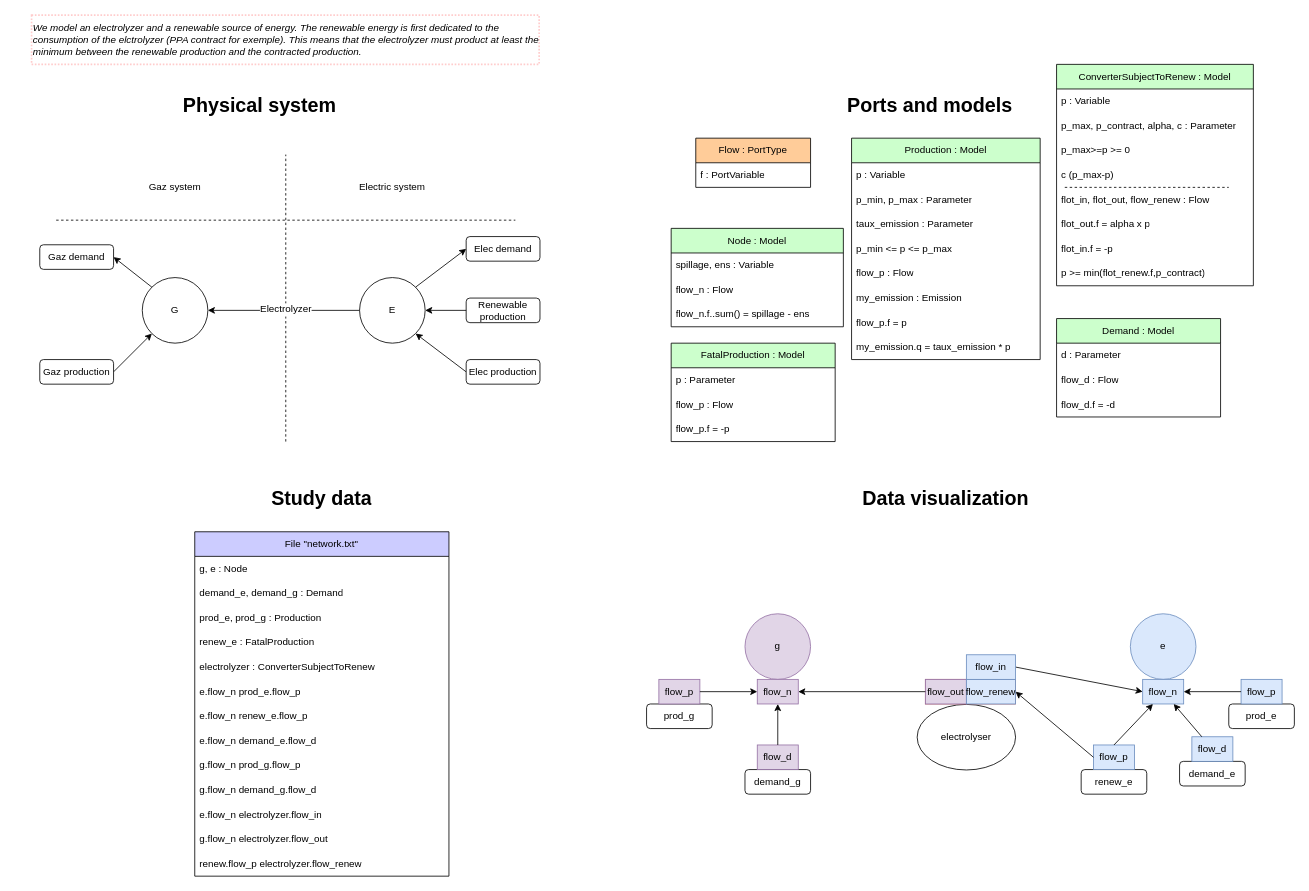
The draw.io diagram page "systems_linked_by_electrolyzer" (3 of 3) of models-design/systems/electrolyzer_subject_to_renawable.drawio in AntaresSimulatorTeam/andromede-modeling-prototype, before the edit. Source tidied: cells renumbered, new cells numbered last; positions are measured from the earlier drawing's top-left corner, leaving out a move shared by most shapes. Both pictures are drawn from the tidied source at 82%, with x=0, y=0 at pixel (14, 15).
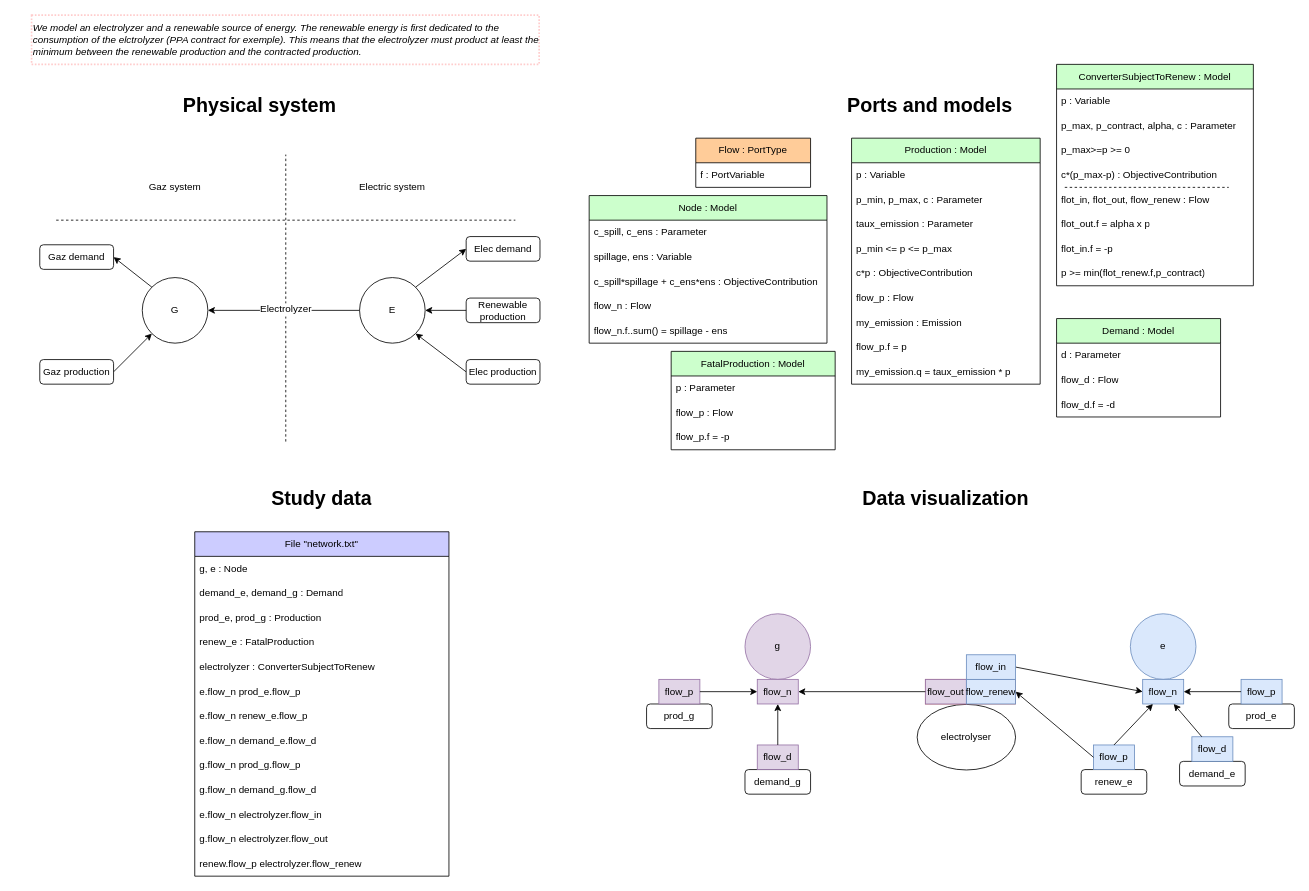
After the change.

The change refers to these unchanged cells:
```xml
<mxCell id="20" style="group;" parent="1" vertex="1">
  <mxGeometry x="781" y="90" width="730" height="460" as="geometry" />
</mxCell>
<mxCell id="28" value="&lt;font color=&quot;#000000&quot;&gt;ConverterSubjectToRenew : Model&lt;/font&gt;" style="swimlane;fontStyle=0;horizontal=1;startSize=30;whiteSpace=wrap;html=1;fillColor=#CCFFCC;" parent="20" vertex="1">
  <mxGeometry x="490" y="-30" width="240" height="270" as="geometry" />
</mxCell>
```

Change to the diagram source:
```diff
@@
-    <mxCell id="24" value="Node : Model" style="swimlane;fontStyle=0;horizontal=1;startSize=30;whiteSpace=wrap;html=1;fillColor=#CCFFCC;fontColor=#000000;" parent="20" vertex="1">
-      <mxGeometry x="20" y="170" width="210" height="120" as="geometry" />
-    </mxCell>
-    <mxCell id="25" value="spillage, ens : Variable" style="text;strokeColor=none;fillColor=none;align=left;verticalAlign=middle;spacingLeft=4;spacingRight=4;overflow=hidden;whiteSpace=wrap;html=1;" parent="24" vertex="1">
-      <mxGeometry y="30" width="210" height="30" as="geometry" />
-    </mxCell>
-    <mxCell id="26" value="flow_n : Flow" style="text;strokeColor=none;fillColor=none;align=left;verticalAlign=middle;spacingLeft=4;spacingRight=4;overflow=hidden;whiteSpace=wrap;html=1;" parent="24" vertex="1">
-      <mxGeometry y="60" width="210" height="30" as="geometry" />
-    </mxCell>
-    <mxCell id="27" value="flow_n.f..sum() = spillage - ens" style="text;strokeColor=none;fillColor=none;align=left;verticalAlign=middle;spacingLeft=4;spacingRight=4;overflow=hidden;whiteSpace=wrap;html=1;" parent="24" vertex="1">
-      <mxGeometry y="90" width="210" height="30" as="geometry" />
-    </mxCell>
@@
-    <mxCell id="32" value="c (p_max-p)" style="text;strokeColor=none;fillColor=none;align=left;verticalAlign=middle;spacingLeft=4;spacingRight=4;overflow=hidden;whiteSpace=wrap;html=1;" parent="28" vertex="1">
+    <mxCell id="32" value="c*(p_max-p) : ObjectiveContribution" style="text;strokeColor=none;fillColor=none;align=left;verticalAlign=middle;spacingLeft=4;spacingRight=4;overflow=hidden;whiteSpace=wrap;html=1;" parent="28" vertex="1">
       <mxGeometry y="120" width="240" height="30" as="geometry" />
     </mxCell>
@@
     <mxCell id="42" value="FatalProduction : Model" style="swimlane;fontStyle=0;horizontal=1;startSize=30;whiteSpace=wrap;html=1;fillColor=#CCFFCC;fontColor=#000000;" parent="20" vertex="1">
-      <mxGeometry x="20" y="310" width="200" height="120" as="geometry" />
+      <mxGeometry x="20" y="320" width="200" height="120" as="geometry" />
     </mxCell>
@@
+    <mxCell id="24" value="Node : Model" style="swimlane;fontStyle=0;horizontal=1;startSize=30;whiteSpace=wrap;html=1;fillColor=#CCFFCC;fontColor=#000000;" parent="20" vertex="1">
+      <mxGeometry x="-80" y="130" width="290" height="180" as="geometry" />
+    </mxCell>
+    <mxCell id="110" value="c_spill, c_ens : Parameter" style="text;strokeColor=none;fillColor=none;align=left;verticalAlign=middle;spacingLeft=4;spacingRight=4;overflow=hidden;whiteSpace=wrap;html=1;" parent="24" vertex="1">
+      <mxGeometry y="30" width="290" height="30" as="geometry" />
+    </mxCell>
+    <mxCell id="25" value="spillage, ens : Variable" style="text;strokeColor=none;fillColor=none;align=left;verticalAlign=middle;spacingLeft=4;spacingRight=4;overflow=hidden;whiteSpace=wrap;html=1;" parent="24" vertex="1">
+      <mxGeometry y="60" width="290" height="30" as="geometry" />
+    </mxCell>
+    <mxCell id="111" value="c_spill*spillage + c_ens*ens : ObjectiveContribution" style="text;strokeColor=none;fillColor=none;align=left;verticalAlign=middle;spacingLeft=4;spacingRight=4;overflow=hidden;whiteSpace=wrap;html=1;" parent="24" vertex="1">
+      <mxGeometry y="90" width="290" height="30" as="geometry" />
+    </mxCell>
+    <mxCell id="26" value="flow_n : Flow" style="text;strokeColor=none;fillColor=none;align=left;verticalAlign=middle;spacingLeft=4;spacingRight=4;overflow=hidden;whiteSpace=wrap;html=1;" parent="24" vertex="1">
+      <mxGeometry y="120" width="290" height="30" as="geometry" />
+    </mxCell>
+    <mxCell id="27" value="flow_n.f..sum() = spillage - ens" style="text;strokeColor=none;fillColor=none;align=left;verticalAlign=middle;spacingLeft=4;spacingRight=4;overflow=hidden;whiteSpace=wrap;html=1;" parent="24" vertex="1">
+      <mxGeometry y="150" width="290" height="30" as="geometry" />
+    </mxCell>
@@
     <mxCell id="98" value="Production : Model" style="swimlane;fontStyle=0;horizontal=1;startSize=30;whiteSpace=wrap;html=1;fillColor=#CCFFCC;fontColor=#000000;" parent="1" vertex="1">
-      <mxGeometry x="1021" y="150" width="230" height="270" as="geometry" />
+      <mxGeometry x="1021" y="150" width="230" height="300" as="geometry" />
     </mxCell>
@@
-    <mxCell id="100" value="p_min, p_max : Parameter" style="text;strokeColor=none;fillColor=none;align=left;verticalAlign=middle;spacingLeft=4;spacingRight=4;overflow=hidden;whiteSpace=wrap;html=1;" parent="98" vertex="1">
+    <mxCell id="100" value="p_min, p_max, c : Parameter" style="text;strokeColor=none;fillColor=none;align=left;verticalAlign=middle;spacingLeft=4;spacingRight=4;overflow=hidden;whiteSpace=wrap;html=1;" parent="98" vertex="1">
       <mxGeometry y="60" width="230" height="30" as="geometry" />
     </mxCell>
@@
+    <mxCell id="112" value="c*p : ObjectiveContribution" style="text;strokeColor=none;fillColor=none;align=left;verticalAlign=middle;spacingLeft=4;spacingRight=4;overflow=hidden;whiteSpace=wrap;html=1;" parent="98" vertex="1">
+      <mxGeometry y="150" width="230" height="30" as="geometry" />
+    </mxCell>
     <mxCell id="103" value="flow_p : Flow" style="text;strokeColor=none;fillColor=none;align=left;verticalAlign=middle;spacingLeft=4;spacingRight=4;overflow=hidden;whiteSpace=wrap;html=1;" parent="98" vertex="1">
-      <mxGeometry y="150" width="230" height="30" as="geometry" />
+      <mxGeometry y="180" width="230" height="30" as="geometry" />
     </mxCell>
     <mxCell id="104" value="my_emission : Emission" style="text;strokeColor=none;fillColor=none;align=left;verticalAlign=middle;spacingLeft=4;spacingRight=4;overflow=hidden;whiteSpace=wrap;html=1;" parent="98" vertex="1">
-      <mxGeometry y="180" width="230" height="30" as="geometry" />
+      <mxGeometry y="210" width="230" height="30" as="geometry" />
     </mxCell>
     <mxCell id="105" value="flow_p.f = p" style="text;strokeColor=none;fillColor=none;align=left;verticalAlign=middle;spacingLeft=4;spacingRight=4;overflow=hidden;whiteSpace=wrap;html=1;" parent="98" vertex="1">
-      <mxGeometry y="210" width="230" height="30" as="geometry" />
+      <mxGeometry y="240" width="230" height="30" as="geometry" />
     </mxCell>
     <mxCell id="106" value="my_emission.q = taux_emission * p" style="text;strokeColor=none;fillColor=none;align=left;verticalAlign=middle;spacingLeft=4;spacingRight=4;overflow=hidden;whiteSpace=wrap;html=1;" parent="98" vertex="1">
-      <mxGeometry y="240" width="230" height="30" as="geometry" />
+      <mxGeometry y="270" width="230" height="30" as="geometry" />
     </mxCell>
```
